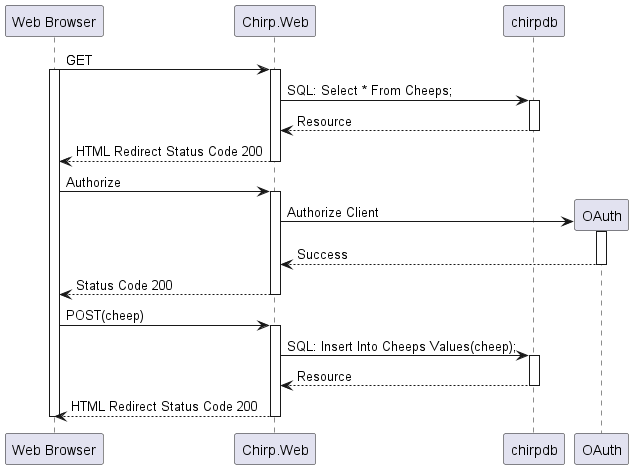
ITU-BDSA23-GROUP1/Chirp keeps this PlantUML diagram as docs/images/SequenceCalls.png. Above is the earlier version. The source it was exported from:
```plantuml
@startuml
participant "Web Browser" as W
participant "Chirp.Web" as C

W -> C: GET
activate W
activate C
C -> chirpdb: SQL: Select * From Cheeps;
activate chirpdb
chirpdb --> C: Resource
deactivate chirpdb
C --> W: HTML Redirect Status Code 200
deactivate C

W -> C: Authorize
activate C
C -> OAuth ** : Authorize Client
activate OAuth
OAuth --> C: Success
deactivate OAuth
C --> W: Status Code 200
deactivate C

W -> C: POST(cheep)
activate C
C -> chirpdb: SQL: Insert Into Cheeps Values(cheep);
activate chirpdb
chirpdb --> C: Resource
deactivate chirpdb
C --> W: HTML Redirect Status Code 200
deactivate C
deactivate W

@enduml
```
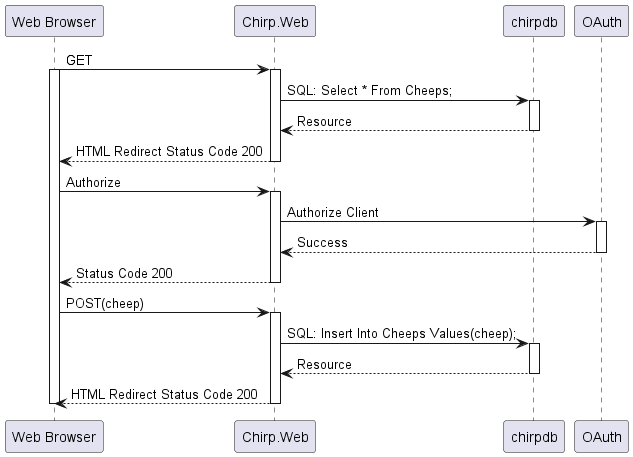
The same file after the commit.

Commit message:
Updated sequence diagram

What changed in the source:
```diff
@@ -1,4 +1,4 @@
-@startuml
+@startuml SequenceCalls
 participant "Web Browser" as W
 participant "Chirp.Web" as C
 
@@ -14,7 +14,7 @@
 
 W -> C: Authorize
 activate C
-C -> OAuth ** : Authorize Client
+C -> OAuth: Authorize Client
 activate OAuth
 OAuth --> C: Success
 deactivate OAuth
```
